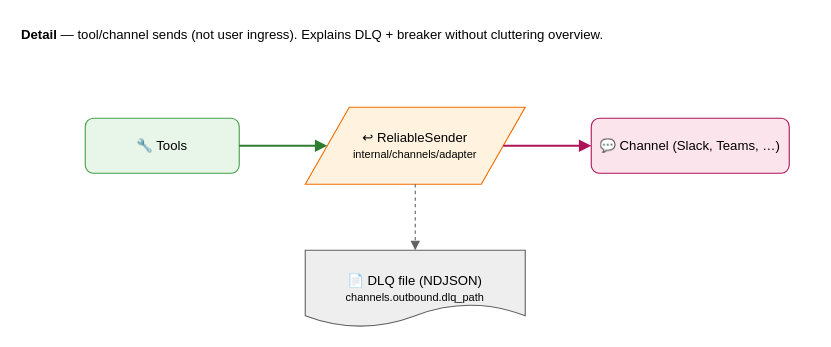
This is page "04 — Detail: Reliable outbound" (5 of 7) of architecture-overview.drawio from hridesh-net/OpsIntelligence, a draw.io file, before an edit. Source tidied: cells renumbered, new cells numbered last; positions are measured from the earlier drawing's top-left corner, leaving out a move shared by most shapes. Both pictures are drawn from the tidied source at 110%, with x=0, y=0 at pixel (19, 19).
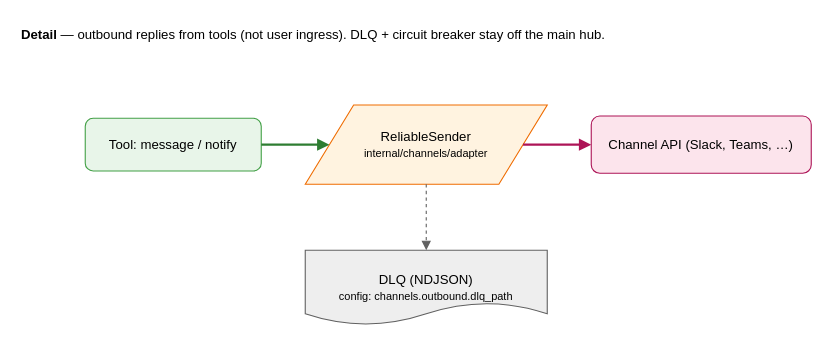
After the change.

Diff of the diagram source:
```diff
@@
 <mxGraphModel>
   <root>
     <mxCell id="0" />
     <mxCell id="1" parent="0" />
-    <mxCell id="2" value="&lt;b&gt;Detail&lt;/b&gt; — tool/channel sends (not user ingress). Explains DLQ + breaker without cluttering overview." style="text;html=1;strokeColor=none;fillColor=none;align=left;fontSize=12;" parent="1" vertex="1">
+    <mxCell id="2" value="&lt;b&gt;Detail&lt;/b&gt; — outbound replies from tools (not user ingress). DLQ + circuit breaker stay off the main hub." style="text;html=1;strokeColor=none;fillColor=none;align=left;fontSize=12;" parent="1" vertex="1">
       <mxGeometry width="680" height="36" as="geometry" />
     </mxCell>
-    <mxCell id="3" value="🔧 Tools" style="rounded=1;whiteSpace=wrap;html=1;fillColor=#e8f5e9;strokeColor=#43a047;" parent="1" vertex="1">
-      <mxGeometry x="60" y="90" width="140" height="50" as="geometry" />
+    <mxCell id="3" value="Tool: message / notify" style="rounded=1;whiteSpace=wrap;html=1;fillColor=#e8f5e9;strokeColor=#43a047;" parent="1" vertex="1">
+      <mxGeometry x="60" y="90" width="160" height="48" as="geometry" />
     </mxCell>
-    <mxCell id="4" value="↩ ReliableSender&lt;br&gt;&lt;font style=&quot;font-size:10px&quot;&gt;internal/channels/adapter&lt;/font&gt;" style="shape=parallelogram;perimeter=parallelogramPerimeter;whiteSpace=wrap;html=1;fillColor=#fff3e0;strokeColor=#ef6c00;" parent="1" vertex="1">
-      <mxGeometry x="260" y="80" width="200" height="70" as="geometry" />
+    <mxCell id="4" value="ReliableSender&lt;br&gt;&lt;font style=&quot;font-size:10px&quot;&gt;internal/channels/adapter&lt;/font&gt;" style="shape=parallelogram;perimeter=parallelogramPerimeter;whiteSpace=wrap;html=1;fillColor=#fff3e0;strokeColor=#ef6c00;" parent="1" vertex="1">
+      <mxGeometry x="260" y="78" width="220" height="72" as="geometry" />
     </mxCell>
-    <mxCell id="5" value="💬 Channel (Slack, Teams, …)" style="rounded=1;whiteSpace=wrap;html=1;fillColor=#fce4ec;strokeColor=#ad1457;" parent="1" vertex="1">
-      <mxGeometry x="520" y="90" width="180" height="50" as="geometry" />
+    <mxCell id="5" value="Channel API (Slack, Teams, …)" style="rounded=1;whiteSpace=wrap;html=1;fillColor=#fce4ec;strokeColor=#ad1457;" parent="1" vertex="1">
+      <mxGeometry x="520" y="88" width="200" height="52" as="geometry" />
     </mxCell>
-    <mxCell id="6" value="📄 DLQ file (NDJSON)&lt;br&gt;&lt;font style=&quot;font-size:10px&quot;&gt;channels.outbound.dlq_path&lt;/font&gt;" style="shape=document;whiteSpace=wrap;html=1;fillColor=#eeeeee;strokeColor=#616161;" parent="1" vertex="1">
-      <mxGeometry x="260" y="210" width="200" height="70" as="geometry" />
+    <mxCell id="6" value="DLQ (NDJSON)&lt;br&gt;&lt;font style=&quot;font-size:10px&quot;&gt;config: channels.outbound.dlq_path&lt;/font&gt;" style="shape=document;whiteSpace=wrap;html=1;fillColor=#eeeeee;strokeColor=#616161;" parent="1" vertex="1">
+      <mxGeometry x="260" y="210" width="220" height="68" as="geometry" />
     </mxCell>
     <mxCell id="7" style="edgeStyle=orthogonalEdgeStyle;endArrow=block;strokeWidth=2;strokeColor=#2e7d32;" parent="1" edge="1" source="3" target="4">
       <mxGeometry relative="1" as="geometry" />
     </mxCell>
     <mxCell id="8" style="edgeStyle=orthogonalEdgeStyle;endArrow=block;strokeWidth=2;strokeColor=#ad1457;" parent="1" edge="1" source="4" target="5">
       <mxGeometry relative="1" as="geometry" />
     </mxCell>
     <mxCell id="9" style="edgeStyle=orthogonalEdgeStyle;dashed=1;endArrow=block;strokeColor=#616161;" parent="1" edge="1" source="4" target="6">
       <mxGeometry relative="1" as="geometry" />
     </mxCell>
   </root>
 </mxGraphModel>
```
